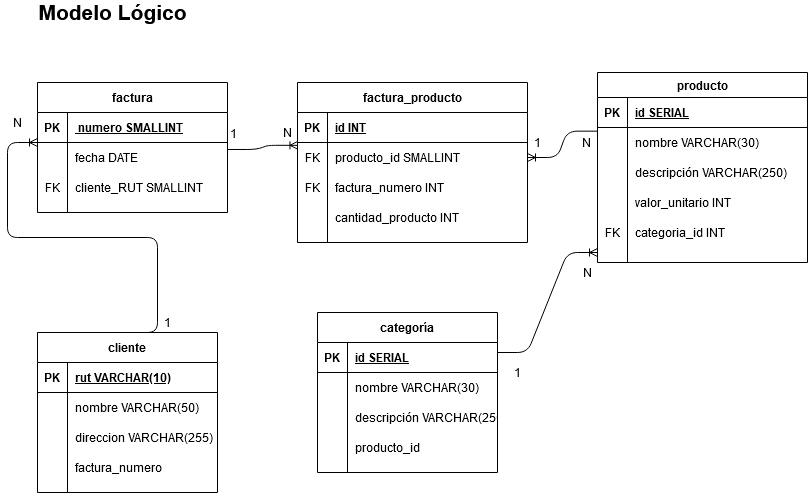
This is prueba_sql.png from gilibethvega/prueba_sql, a draw.io export, as it was before one commit. Source tidied: cells renumbered, new cells last; positions are measured from the earlier drawing's top-left corner, leaving out a move shared by most shapes.
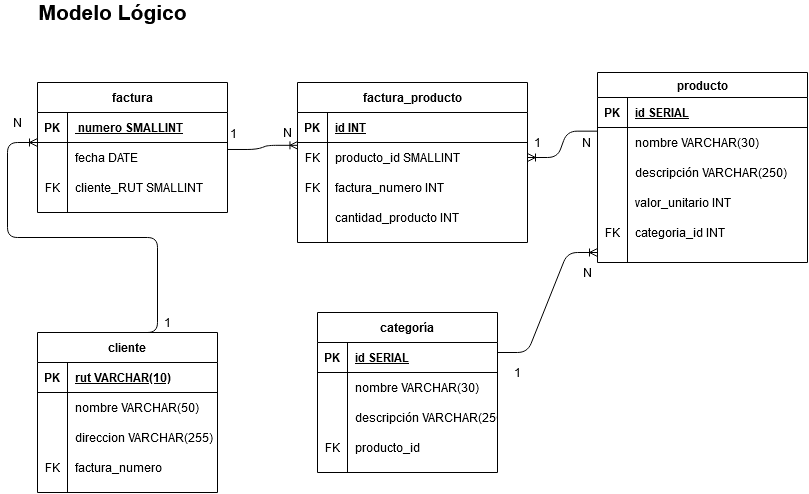
Later version of the same file.

Diff of the diagram source:
```diff
@@ -68,7 +68,7 @@
     <mxCell id="23" style="shape=partialRectangle;fillColor=none;top=0;left=0;bottom=0;right=0;" parent="13" vertex="1">
       <mxGeometry y="120" width="180" height="30" as="geometry" />
     </mxCell>
-    <mxCell id="24" style="shape=partialRectangle;fillColor=none;top=0;left=0;bottom=0;right=0;overflow=hidden;" parent="23" vertex="1">
+    <mxCell id="24" value="FK" style="shape=partialRectangle;fillColor=none;top=0;left=0;bottom=0;right=0;overflow=hidden;" parent="23" vertex="1">
       <mxGeometry width="30" height="30" as="geometry" />
     </mxCell>
     <mxCell id="25" value="factura_numero" style="shape=partialRectangle;fillColor=none;top=0;left=0;bottom=0;right=0;align=left;spacingLeft=6;overflow=hidden;" parent="23" vertex="1">
@@ -107,7 +107,7 @@
     <mxCell id="36" style="shape=partialRectangle;fillColor=none;top=0;left=0;bottom=0;right=0;" parent="26" vertex="1">
       <mxGeometry y="120" width="180" height="30" as="geometry" />
     </mxCell>
-    <mxCell id="37" style="shape=partialRectangle;fillColor=none;top=0;left=0;bottom=0;right=0;overflow=hidden;" parent="36" vertex="1">
+    <mxCell id="37" value="FK" style="shape=partialRectangle;fillColor=none;top=0;left=0;bottom=0;right=0;overflow=hidden;" parent="36" vertex="1">
       <mxGeometry width="30" height="30" as="geometry" />
     </mxCell>
     <mxCell id="38" value="producto_id" style="shape=partialRectangle;fillColor=none;top=0;left=0;bottom=0;right=0;align=left;spacingLeft=6;overflow=hidden;" parent="36" vertex="1">
```
